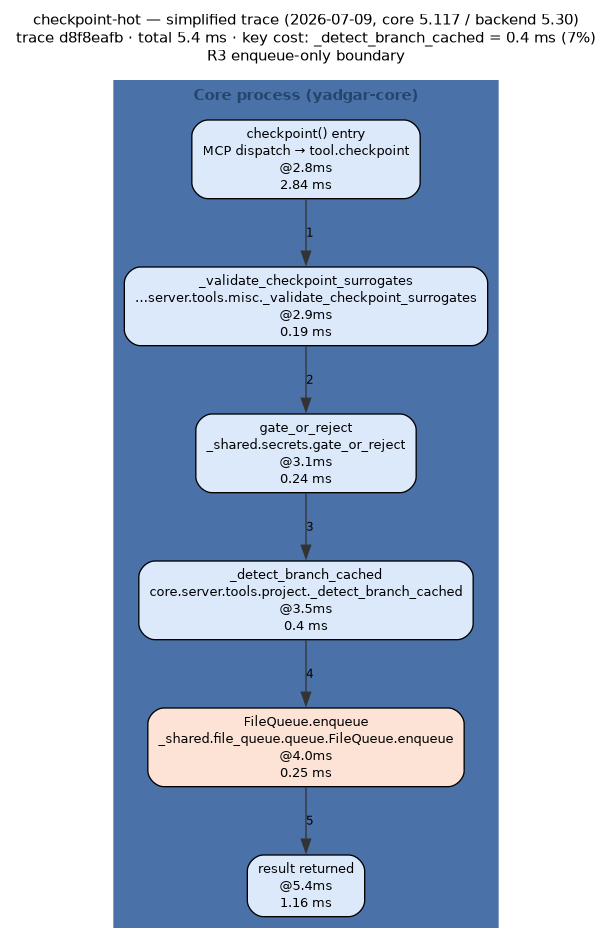
m-agahi/yadgar keeps this Graphviz diagram as docs/diagrams/out/checkpoint-hot-trace-2026-07-09.png. Above is the earlier version. Its source is kept beside it as docs/diagrams/out/checkpoint-hot-trace-2026-07-09.dot.
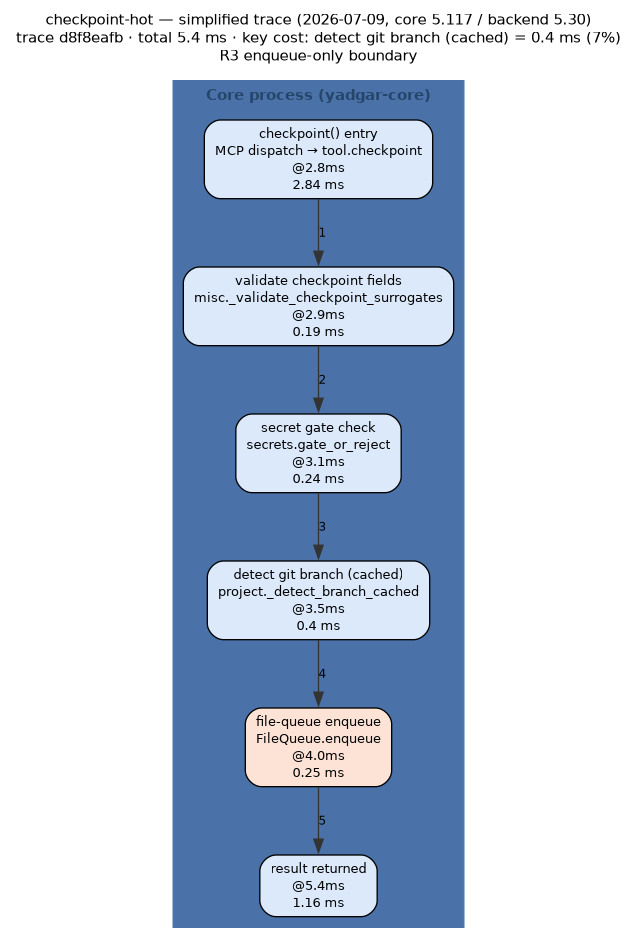
After the change.

The edit, as a diff of the source:
```diff
@@ -8,7 +8,7 @@
   node  [fontname="Helvetica", fontsize=10];
   edge  [fontname="Helvetica", fontsize=9];
   label="checkpoint-hot — simplified trace (2026-07-09, core 5.117 / backend 5.30)
-trace d8f8eafb · total 5.4 ms · key cost: _detect_branch_cached = 0.4 ms (7%)\nR3 enqueue-only boundary";
+trace d8f8eafb · total 5.4 ms · key cost: detect git branch (cached) = 0.4 ms (7%)\nR3 enqueue-only boundary";
   subgraph "cluster_core" {
     label="Core process (yadgar-core)";
     style=filled;
@@ -17,10 +17,10 @@
     fontcolor="#26456b";
     fontname="Helvetica-Bold";
     "entry" [shape="box", style="rounded,filled", fillcolor="#dbe9fb", label="checkpoint() entry\nMCP dispatch → tool.checkpoint\n@2.8ms\n2.84 ms"];
-    "s0" [shape="box", style="rounded,filled", fillcolor="#dbe9fb", label="_validate_checkpoint_surrogates\n…server.tools.misc._validate_checkpoint_surrogates\n@2.9ms\n0.19 ms"];
-    "s1" [shape="box", style="rounded,filled", fillcolor="#dbe9fb", label="gate_or_reject\n_shared.secrets.gate_or_reject\n@3.1ms\n0.24 ms"];
-    "s2" [shape="box", style="rounded,filled", fillcolor="#dbe9fb", label="_detect_branch_cached\ncore.server.tools.project._detect_branch_cached\n@3.5ms\n0.4 ms"];
-    "s3" [shape="box", style="rounded,filled", fillcolor="#fce3d6", label="FileQueue.enqueue\n_shared.file_queue.queue.FileQueue.enqueue\n@4.0ms\n0.25 ms"];
+    "s0" [shape="box", style="rounded,filled", fillcolor="#dbe9fb", label="validate checkpoint fields\nmisc._validate_checkpoint_surrogates\n@2.9ms\n0.19 ms"];
+    "s1" [shape="box", style="rounded,filled", fillcolor="#dbe9fb", label="secret gate check\nsecrets.gate_or_reject\n@3.1ms\n0.24 ms"];
+    "s2" [shape="box", style="rounded,filled", fillcolor="#dbe9fb", label="detect git branch (cached)\nproject._detect_branch_cached\n@3.5ms\n0.4 ms"];
+    "s3" [shape="box", style="rounded,filled", fillcolor="#fce3d6", label="file-queue enqueue\nFileQueue.enqueue\n@4.0ms\n0.25 ms"];
     "done" [shape="box", style="rounded,filled", fillcolor="#dbe9fb", label="result returned\n@5.4ms\n1.16 ms"];
   }
   "entry" -> "s0" [color="#333333", style="solid", label="1"];
```
